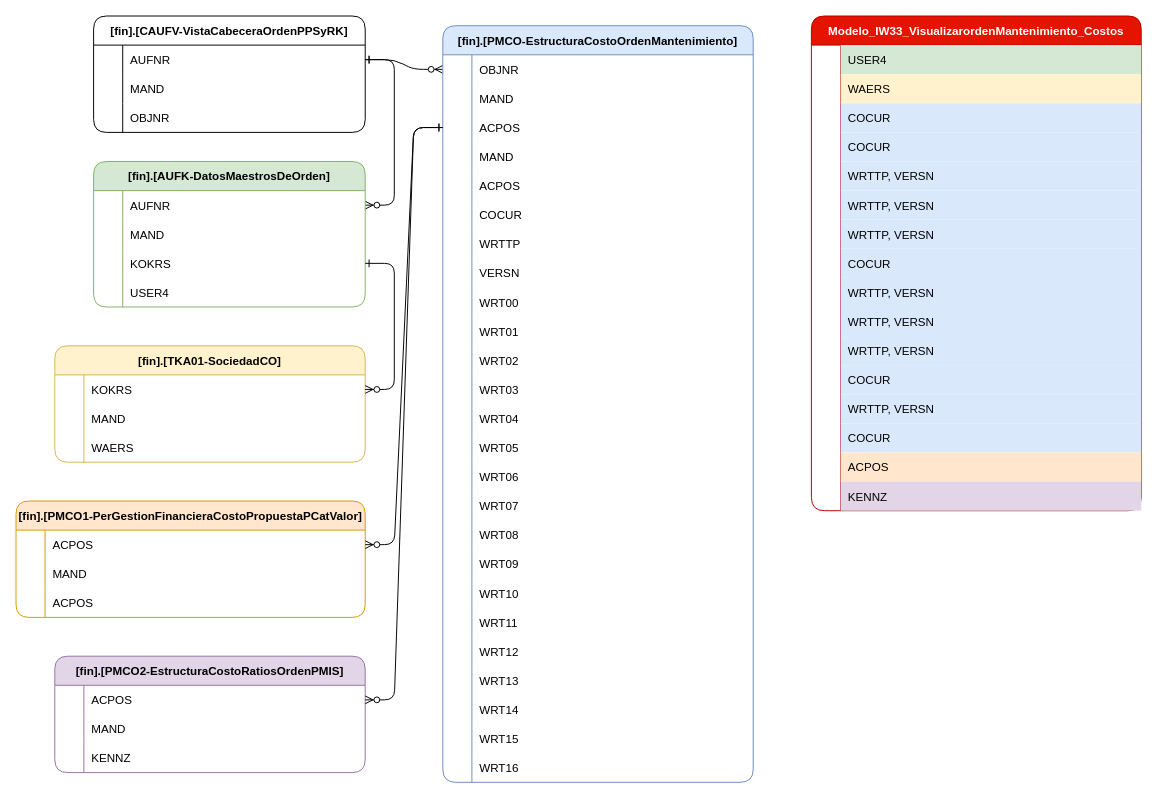
The draw.io diagram IW33_Costos.drawio in ale230131/ale230131, before the edit. Source tidied: cells renumbered, new cells numbered last; positions are measured from the earlier drawing's top-left corner, leaving out a move shared by most shapes. Both pictures are drawn from the tidied source at 97%, with x=0, y=0 at pixel (16, 16).
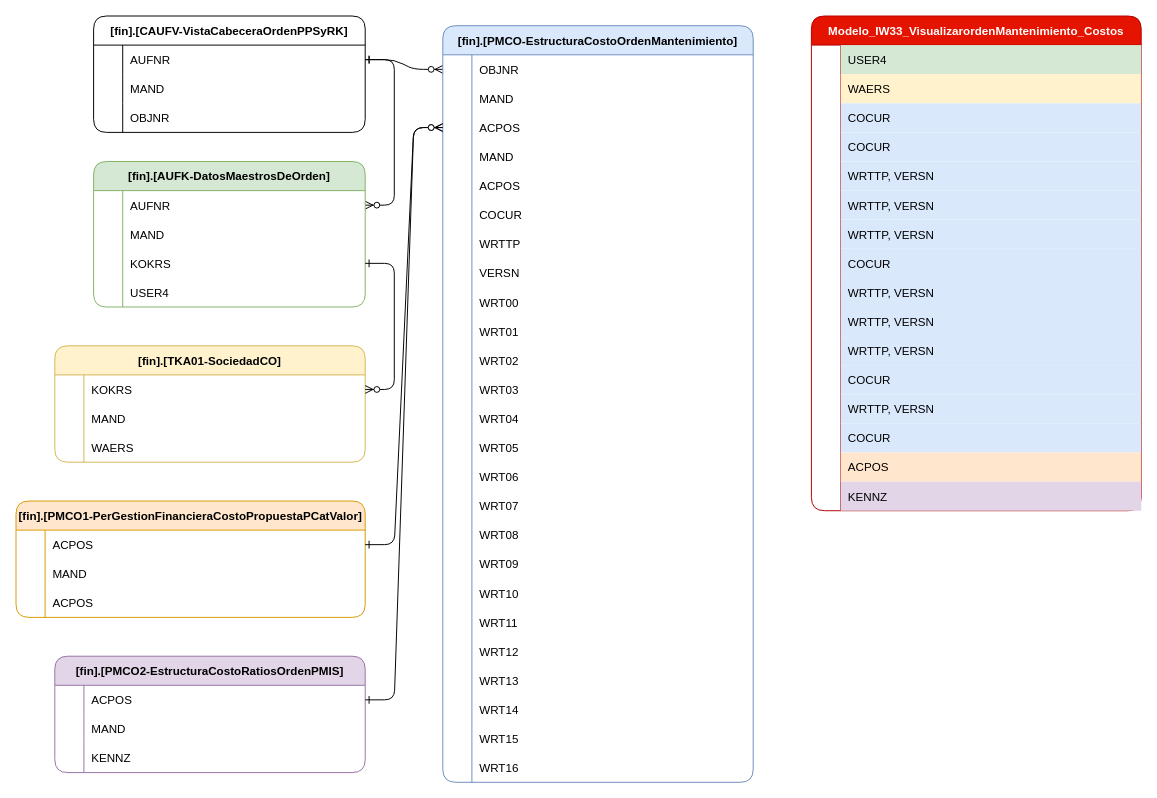
After the change.

The change refers to these unchanged cells:
```xml
<mxCell id="77" style="shape=tableRow;horizontal=0;startSize=0;swimlaneHead=0;swimlaneBody=0;fillColor=none;points=[[0,0.5],[1,0.5]];portConstraint=eastwest;strokeColor=inherit;top=0;left=0;right=0;bottom=0;" parent="76" vertex="1">
  <mxGeometry y="30" width="360" height="30" as="geometry" />
</mxCell>
<mxCell id="87" style="shape=tableRow;horizontal=0;startSize=0;swimlaneHead=0;swimlaneBody=0;fillColor=none;points=[[0,0.5],[1,0.5]];portConstraint=eastwest;strokeColor=inherit;top=0;left=0;right=0;bottom=0;" parent="86" vertex="1">
  <mxGeometry y="30" width="320" height="30" as="geometry" />
</mxCell>
<mxCell id="114" style="shape=tableRow;horizontal=0;startSize=0;swimlaneHead=0;swimlaneBody=0;fillColor=none;points=[[0,0.5],[1,0.5]];portConstraint=eastwest;strokeColor=inherit;top=0;left=0;right=0;bottom=0;" parent="107" vertex="1">
  <mxGeometry y="90" width="320" height="30" as="geometry" />
</mxCell>
```

Diff of the diagram source:
```diff
@@
-    <mxCell id="106" style="edgeStyle=entityRelationEdgeStyle;endArrow=ERzeroToMany;startArrow=ERone;endFill=1;startFill=0;exitX=0;exitY=0.5;exitDx=0;exitDy=0;entryX=1;entryY=0.5;entryDx=0;entryDy=0;" parent="1" edge="1" source="114" target="77">
+    <mxCell id="106" style="edgeStyle=entityRelationEdgeStyle;endArrow=ERzeroToMany;startArrow=ERone;endFill=1;startFill=0;exitX=1;exitY=0.5;exitDx=0;exitDy=0;" parent="1" edge="1" source="77" target="114">
       <mxGeometry relative="1" as="geometry" />
     </mxCell>
@@
-    <mxCell id="183" style="edgeStyle=entityRelationEdgeStyle;endArrow=ERzeroToMany;startArrow=ERone;endFill=1;startFill=0;exitX=0;exitY=0.5;exitDx=0;exitDy=0;entryX=1;entryY=0.5;entryDx=0;entryDy=0;" parent="1" edge="1" source="114" target="87">
+    <mxCell id="183" style="edgeStyle=entityRelationEdgeStyle;endArrow=ERzeroToMany;startArrow=ERone;endFill=1;startFill=0;entryX=0;entryY=0.5;entryDx=0;entryDy=0;exitX=1;exitY=0.5;exitDx=0;exitDy=0;" parent="1" edge="1" source="87" target="114">
       <mxGeometry relative="1" as="geometry" />
     </mxCell>
```
